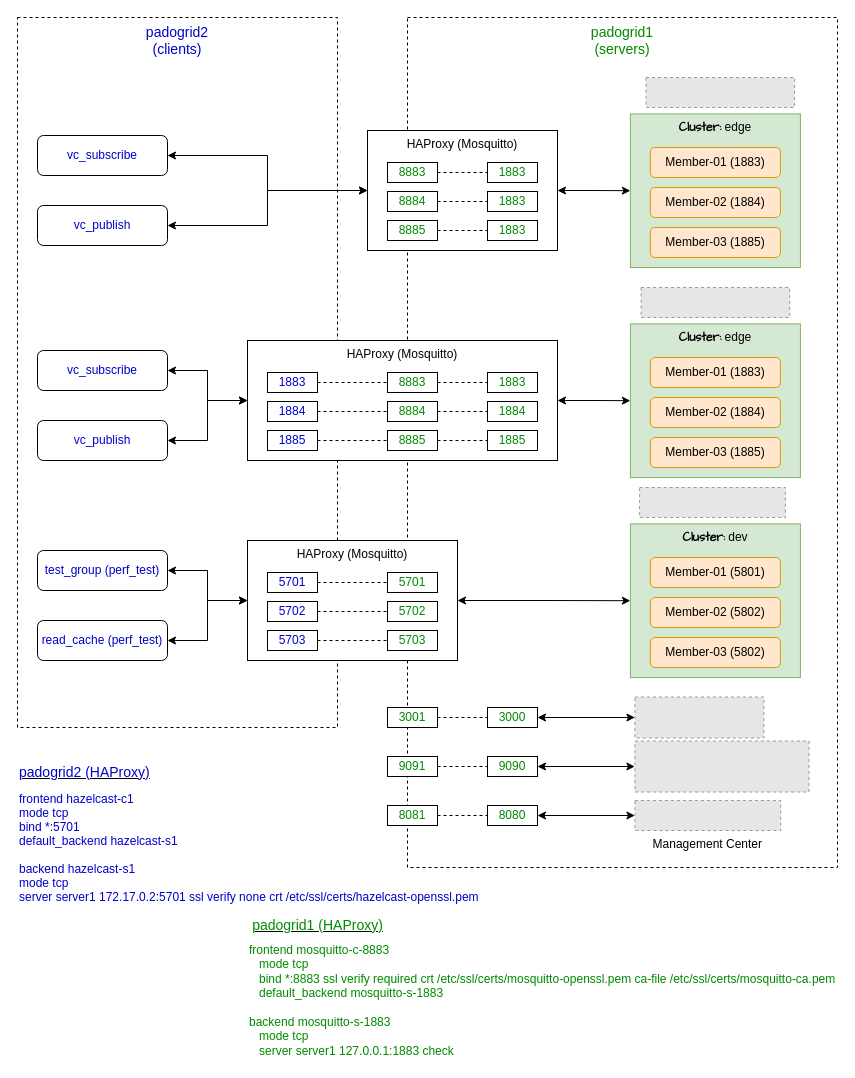
Earlier version of the draw.io diagram images/drawio/haproxy.drawio (padogrid/bundle-none-tutorial-docker-haproxy). Source tidied: cells renumbered, new cells numbered last; positions are measured from the earlier drawing's top-left corner, leaving out a move shared by most shapes. Both pictures are drawn from the tidied source at 100%, with x=0, y=0 at pixel (17, 17). Pictures stored in the file or linked from it are replaced by grey dashed boxes.
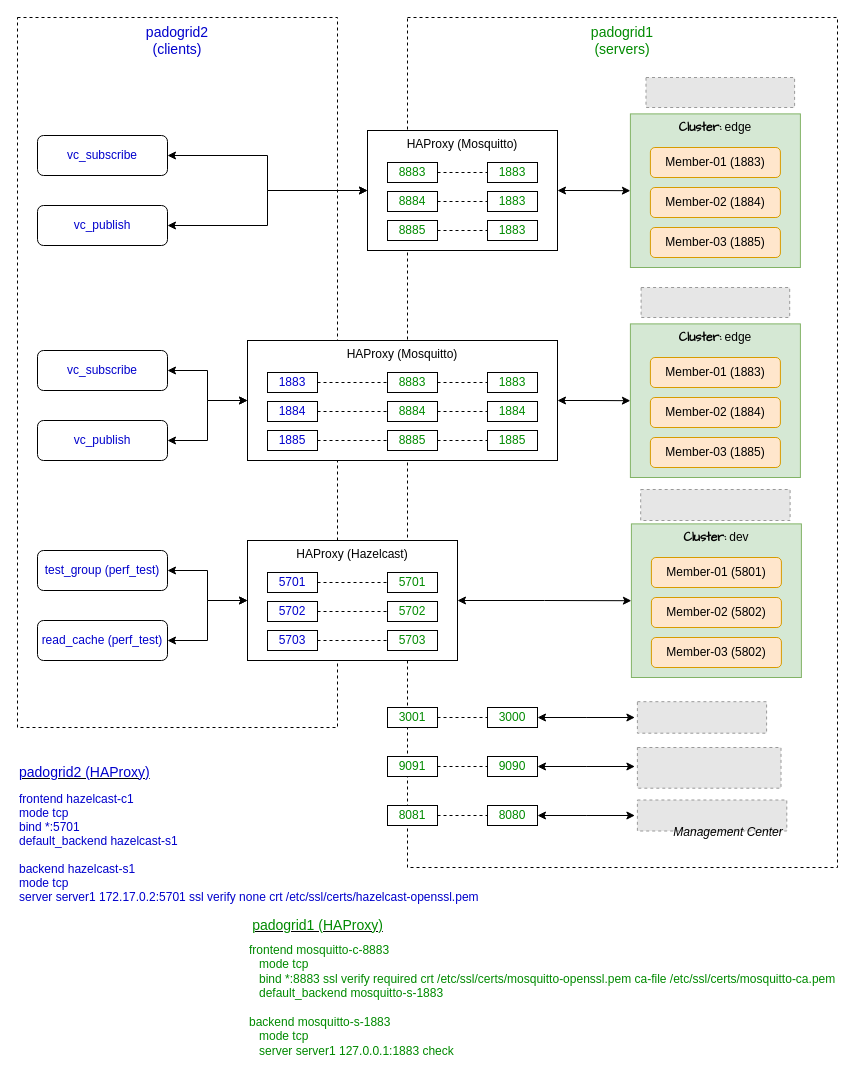
Above is the later version.

Unchanged cells that the change refers to:
```xml
<mxCell id="89" value="3000" style="rounded=0;whiteSpace=wrap;html=1;strokeColor=default;fontColor=#008A00;" parent="1" vertex="1">
  <mxGeometry x="470" y="690" width="50" height="20" as="geometry" />
</mxCell>
<mxCell id="91" value="9090" style="rounded=0;whiteSpace=wrap;html=1;strokeColor=default;fontColor=#008A00;" parent="1" vertex="1">
  <mxGeometry x="470" y="739" width="50" height="20" as="geometry" />
</mxCell>
<mxCell id="93" value="8080" style="rounded=0;whiteSpace=wrap;html=1;strokeColor=default;fontColor=#008A00;" parent="1" vertex="1">
  <mxGeometry x="470" y="788" width="50" height="20" as="geometry" />
</mxCell>
```

Diff of the diagram source:
```diff
@@
-    <mxCell id="51" style="group;" parent="1" vertex="1">
-      <mxGeometry x="612.9" y="470" width="170" height="190" as="geometry" />
-    </mxCell>
-    <mxCell id="52" style="fillColor=#E6E6E6;strokeColor=#999999;dashed=1;verticalLabelPosition=bottom;labelBackgroundColor=default;verticalAlign=top;" parent="51" vertex="1">
-      <mxGeometry x="9.2" width="145.8" height="30" as="geometry" />
-    </mxCell>
-    <mxCell id="53" value="&lt;font face=&quot;Comic Sans MS&quot;&gt;&lt;b&gt;Cluster:&lt;/b&gt;&lt;/font&gt;&amp;nbsp;dev" style="rounded=0;whiteSpace=wrap;html=1;align=center;verticalAlign=top;fillColor=#d5e8d4;strokeColor=#82b366;" parent="51" vertex="1">
-      <mxGeometry y="36.4" width="170" height="153.6" as="geometry" />
-    </mxCell>
-    <mxCell id="54" value="Member-01 (5801)" style="rounded=1;whiteSpace=wrap;html=1;fontFamily=Helvetica;fillColor=#ffe6cc;strokeColor=#d79b00;" parent="51" vertex="1">
-      <mxGeometry x="20" y="70" width="130" height="30" as="geometry" />
-    </mxCell>
-    <mxCell id="55" value="Member-02 (5802)" style="rounded=1;whiteSpace=wrap;html=1;fontFamily=Helvetica;fillColor=#ffe6cc;strokeColor=#d79b00;" parent="51" vertex="1">
-      <mxGeometry x="20" y="110" width="130" height="30" as="geometry" />
-    </mxCell>
-    <mxCell id="56" value="Member-03 (5802)" style="rounded=1;whiteSpace=wrap;html=1;fontFamily=Helvetica;fillColor=#ffe6cc;strokeColor=#d79b00;" parent="51" vertex="1">
-      <mxGeometry x="20" y="150" width="130" height="30" as="geometry" />
-    </mxCell>
-    <mxCell id="57" value="HAProxy (Mosquitto)" style="rounded=0;whiteSpace=wrap;html=1;strokeColor=default;fontColor=#000000;verticalAlign=top;" parent="1" vertex="1">
+    <mxCell id="57" value="HAProxy (Hazelcast)" style="rounded=0;whiteSpace=wrap;html=1;strokeColor=default;fontColor=#000000;verticalAlign=top;" parent="1" vertex="1">
       <mxGeometry x="230" y="523" width="210" height="120" as="geometry" />
     </mxCell>
@@
-    <mxCell id="85" style="fillColor=#E6E6E6;strokeColor=#999999;dashed=1;verticalLabelPosition=bottom;labelBackgroundColor=default;verticalAlign=top;" parent="1" vertex="1">
-      <mxGeometry x="617.4" y="679.5" width="129" height="41" as="geometry" />
-    </mxCell>
-    <mxCell id="86" style="fillColor=#E6E6E6;strokeColor=#999999;dashed=1;verticalLabelPosition=bottom;labelBackgroundColor=default;verticalAlign=top;" parent="1" vertex="1">
-      <mxGeometry x="617.4" y="723.5" width="174.1" height="51" as="geometry" />
-    </mxCell>
-    <mxCell id="87" value="Management Center" style="fillColor=#E6E6E6;strokeColor=#999999;dashed=1;verticalLabelPosition=bottom;labelBackgroundColor=default;verticalAlign=top;" parent="1" vertex="1">
-      <mxGeometry x="617.4" y="783" width="145.8" height="30" as="geometry" />
-    </mxCell>
-    <mxCell id="88" style="edgeStyle=orthogonalEdgeStyle;rounded=0;jettySize=auto;html=1;entryX=0;entryY=0.5;entryDx=0;entryDy=0;endArrow=classic;endFill=1;startArrow=classic;startFill=1;" parent="1" edge="1" source="89" target="85">
-      <mxGeometry relative="1" as="geometry" />
+    <mxCell id="88" style="edgeStyle=orthogonalEdgeStyle;rounded=0;jettySize=auto;html=1;entryX=0;entryY=0.5;entryDx=0;entryDy=0;endArrow=classic;endFill=1;startArrow=classic;startFill=1;" parent="1" edge="1" source="89">
+      <mxGeometry relative="1" as="geometry">
+        <mxPoint x="617.4" y="700" as="targetPoint" />
+      </mxGeometry>
     </mxCell>
@@
-    <mxCell id="90" style="edgeStyle=orthogonalEdgeStyle;rounded=0;jettySize=auto;html=1;entryX=0;entryY=0.5;entryDx=0;entryDy=0;startArrow=classic;startFill=1;endArrow=classic;endFill=1;" parent="1" edge="1" source="91" target="86">
-      <mxGeometry relative="1" as="geometry" />
+    <mxCell id="90" style="edgeStyle=orthogonalEdgeStyle;rounded=0;jettySize=auto;html=1;entryX=0;entryY=0.5;entryDx=0;entryDy=0;startArrow=classic;startFill=1;endArrow=classic;endFill=1;" parent="1" edge="1" source="91">
+      <mxGeometry relative="1" as="geometry">
+        <mxPoint x="617.4" y="749" as="targetPoint" />
+      </mxGeometry>
     </mxCell>
@@
-    <mxCell id="92" style="edgeStyle=orthogonalEdgeStyle;rounded=0;jettySize=auto;html=1;entryX=0;entryY=0.5;entryDx=0;entryDy=0;startArrow=classic;startFill=1;endArrow=classic;endFill=1;" parent="1" edge="1" source="93" target="87">
-      <mxGeometry relative="1" as="geometry" />
+    <mxCell id="92" style="edgeStyle=orthogonalEdgeStyle;rounded=0;jettySize=auto;html=1;entryX=0;entryY=0.5;entryDx=0;entryDy=0;startArrow=classic;startFill=1;endArrow=classic;endFill=1;" parent="1" edge="1" source="93">
+      <mxGeometry relative="1" as="geometry">
+        <mxPoint x="617.4" y="798" as="targetPoint" />
+      </mxGeometry>
     </mxCell>
@@
+    <mxCell id="94" style="fillColor=#E6E6E6;strokeColor=#999999;dashed=1;verticalLabelPosition=bottom;labelBackgroundColor=default;verticalAlign=top;" parent="1" vertex="1">
+      <mxGeometry x="619.9" y="684.2" width="129.2" height="31.5" as="geometry" />
+    </mxCell>
+    <mxCell id="95" style="fillColor=#E6E6E6;strokeColor=#999999;dashed=1;verticalLabelPosition=bottom;labelBackgroundColor=default;verticalAlign=top;" parent="1" vertex="1">
+      <mxGeometry x="619.9" y="730" width="143.6" height="40.7" as="geometry" />
+    </mxCell>
+    <mxCell id="96" style="group;" parent="1" vertex="1">
+      <mxGeometry x="619.9" y="782.5" width="171.1" height="47.5" as="geometry" />
+    </mxCell>
+    <mxCell id="97" style="fillColor=#E6E6E6;strokeColor=#999999;dashed=1;verticalLabelPosition=bottom;labelBackgroundColor=default;verticalAlign=top;" parent="96" vertex="1">
+      <mxGeometry width="149.4" height="31" as="geometry" />
+    </mxCell>
+    <mxCell id="87" value="Management Center" style="text;html=1;strokeColor=none;fillColor=none;align=center;verticalAlign=middle;whiteSpace=wrap;rounded=0;fontStyle=2;" parent="96" vertex="1">
+      <mxGeometry x="11.1" y="17.5" width="160" height="30" as="geometry" />
+    </mxCell>
+    <mxCell id="98" style="group;" parent="1" vertex="1">
+      <mxGeometry x="613.9" y="470" width="170" height="190" as="geometry" />
+    </mxCell>
+    <mxCell id="51" style="group;" parent="98" vertex="1">
+      <mxGeometry width="170" height="190" as="geometry" />
+    </mxCell>
+    <mxCell id="53" value="&lt;font face=&quot;Comic Sans MS&quot;&gt;&lt;b&gt;Cluster:&lt;/b&gt;&lt;/font&gt;&amp;nbsp;dev" style="rounded=0;whiteSpace=wrap;html=1;align=center;verticalAlign=top;fillColor=#d5e8d4;strokeColor=#82b366;" parent="51" vertex="1">
+      <mxGeometry y="36.4" width="170" height="153.6" as="geometry" />
+    </mxCell>
+    <mxCell id="54" value="Member-01 (5801)" style="rounded=1;whiteSpace=wrap;html=1;fontFamily=Helvetica;fillColor=#ffe6cc;strokeColor=#d79b00;" parent="51" vertex="1">
+      <mxGeometry x="20" y="70" width="130" height="30" as="geometry" />
+    </mxCell>
+    <mxCell id="55" value="Member-02 (5802)" style="rounded=1;whiteSpace=wrap;html=1;fontFamily=Helvetica;fillColor=#ffe6cc;strokeColor=#d79b00;" parent="51" vertex="1">
+      <mxGeometry x="20" y="110" width="130" height="30" as="geometry" />
+    </mxCell>
+    <mxCell id="56" value="Member-03 (5802)" style="rounded=1;whiteSpace=wrap;html=1;fontFamily=Helvetica;fillColor=#ffe6cc;strokeColor=#d79b00;" parent="51" vertex="1">
+      <mxGeometry x="20" y="150" width="130" height="30" as="geometry" />
+    </mxCell>
+    <mxCell id="99" style="fillColor=#E6E6E6;strokeColor=#999999;dashed=1;verticalLabelPosition=bottom;labelBackgroundColor=default;verticalAlign=top;" parent="98" vertex="1">
+      <mxGeometry x="9.3" y="2" width="149.4" height="31" as="geometry" />
+    </mxCell>
```
